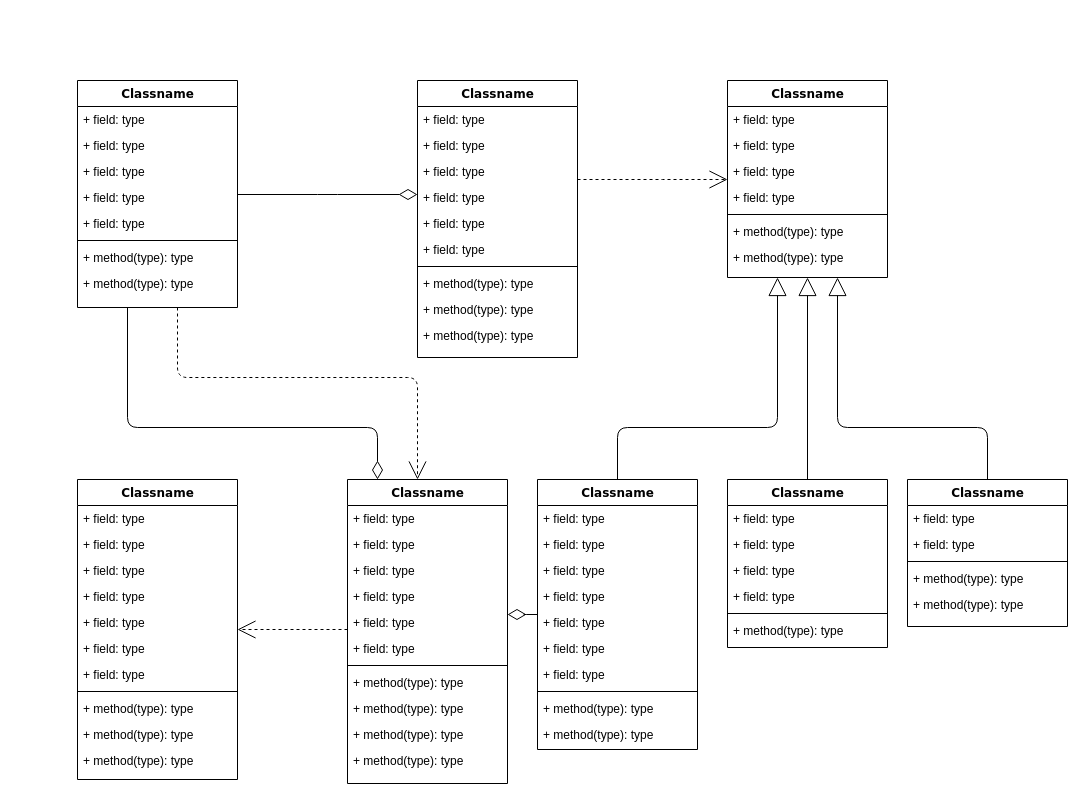
Before: 未命名绘图.drawio in yunhaicaomei/drawio, a draw.io diagram. Source tidied: cells renumbered, new cells numbered last; positions are measured from the earlier drawing's top-left corner, leaving out a move shared by most shapes. Both pictures are drawn from the tidied source at 100%, with x=0, y=0 at pixel (77, 80).
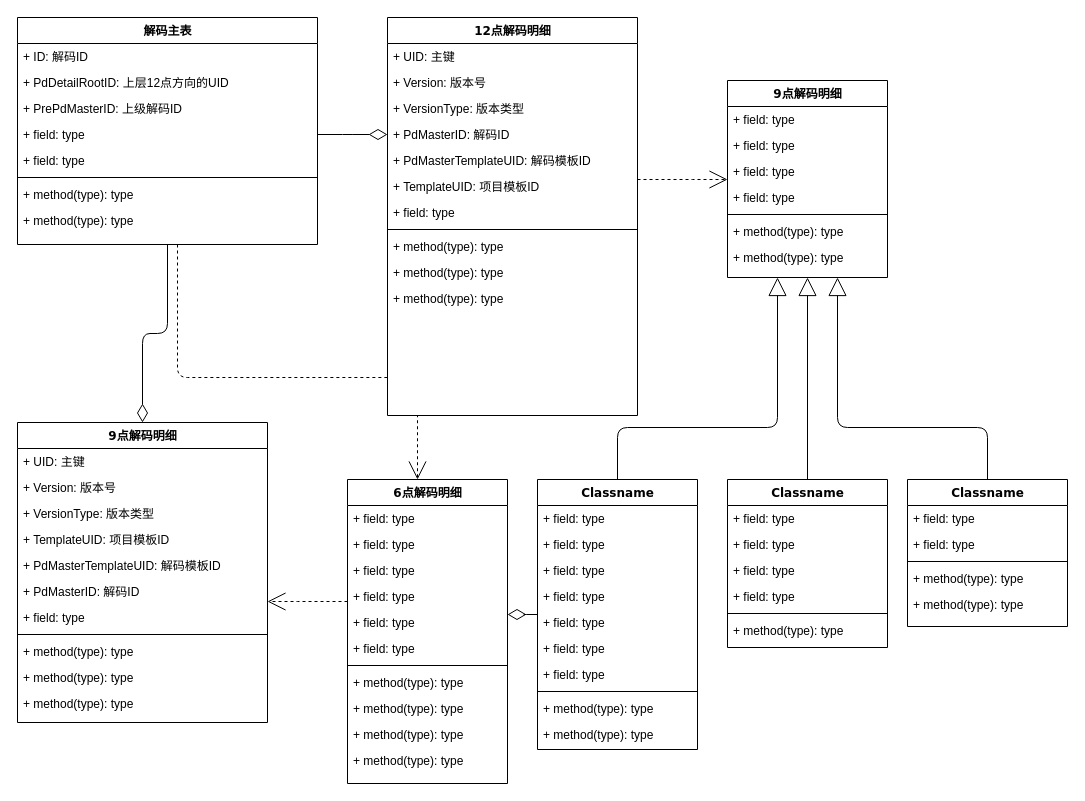
After the change.

Change to the diagram source:
```diff
@@
-    <mxCell id="3" style="edgeStyle=orthogonalEdgeStyle;html=1;labelBackgroundColor=none;startFill=0;startSize=8;endArrow=diamondThin;endFill=0;endSize=16;fontFamily=Verdana;fontSize=12;" parent="1" edge="1" source="4" target="47">
-      <mxGeometry relative="1" as="geometry">
-        <Array as="points">
-          <mxPoint x="50" y="347" />
-          <mxPoint x="300" y="347" />
-        </Array>
-      </mxGeometry>
+    <mxCell id="3" style="edgeStyle=orthogonalEdgeStyle;html=1;labelBackgroundColor=none;startFill=0;startSize=8;endArrow=diamondThin;endFill=0;endSize=16;fontFamily=Verdana;fontSize=12;entryX=0.5;entryY=0;entryDx=0;entryDy=0;" parent="1" edge="1" source="4" target="34">
+      <mxGeometry relative="1" as="geometry" />
     </mxCell>
-    <mxCell id="4" value="Classname" style="swimlane;html=1;fontStyle=1;align=center;verticalAlign=top;horizontal=1;startSize=26;swimlaneFillColor=#ffffff;rounded=0;shadow=0;comic=0;labelBackgroundColor=none;strokeWidth=1;fillColor=none;fontFamily=Verdana;fontSize=12;" parent="1" vertex="1">
-      <mxGeometry width="160" height="227" as="geometry" />
+    <mxCell id="4" value="解码主表" style="swimlane;html=1;fontStyle=1;align=center;verticalAlign=top;horizontal=1;startSize=26;swimlaneFillColor=#ffffff;rounded=0;shadow=0;comic=0;labelBackgroundColor=none;strokeWidth=1;fillColor=none;fontFamily=Verdana;fontSize=12;" parent="1" vertex="1">
+      <mxGeometry x="-60" y="-63" width="300" height="227" as="geometry" />
     </mxCell>
-    <mxCell id="5" value="+ field: type" style="text;html=1;strokeColor=none;fillColor=none;align=left;verticalAlign=top;spacingLeft=4;spacingRight=4;whiteSpace=wrap;overflow=hidden;" parent="4" vertex="1">
-      <mxGeometry y="26" width="160" height="26" as="geometry" />
+    <mxCell id="5" value="+ ID: 解码ID" style="text;html=1;strokeColor=none;fillColor=none;align=left;verticalAlign=top;spacingLeft=4;spacingRight=4;whiteSpace=wrap;overflow=hidden;" parent="4" vertex="1">
+      <mxGeometry y="26" width="300" height="26" as="geometry" />
     </mxCell>
-    <mxCell id="6" value="+ field: type" style="text;html=1;strokeColor=none;fillColor=none;align=left;verticalAlign=top;spacingLeft=4;spacingRight=4;whiteSpace=wrap;overflow=hidden;" parent="4" vertex="1">
-      <mxGeometry y="52" width="160" height="26" as="geometry" />
+    <mxCell id="6" value="+ PdDetailRootID: 上层12点方向的UID" style="text;html=1;strokeColor=none;fillColor=none;align=left;verticalAlign=top;spacingLeft=4;spacingRight=4;whiteSpace=wrap;overflow=hidden;" parent="4" vertex="1">
+      <mxGeometry y="52" width="300" height="26" as="geometry" />
     </mxCell>
-    <mxCell id="7" value="+ field: type" style="text;html=1;strokeColor=none;fillColor=none;align=left;verticalAlign=top;spacingLeft=4;spacingRight=4;whiteSpace=wrap;overflow=hidden;" parent="4" vertex="1">
-      <mxGeometry y="78" width="160" height="26" as="geometry" />
+    <mxCell id="7" value="+ PrePdMasterID: 上级解码ID" style="text;html=1;strokeColor=none;fillColor=none;align=left;verticalAlign=top;spacingLeft=4;spacingRight=4;whiteSpace=wrap;overflow=hidden;" parent="4" vertex="1">
+      <mxGeometry y="78" width="300" height="26" as="geometry" />
     </mxCell>
     <mxCell id="8" value="+ field: type" style="text;html=1;strokeColor=none;fillColor=none;align=left;verticalAlign=top;spacingLeft=4;spacingRight=4;whiteSpace=wrap;overflow=hidden;points=[[0,0.5],[1,0.5]];portConstraint=eastwest;" parent="4" vertex="1">
-      <mxGeometry y="104" width="160" height="26" as="geometry" />
+      <mxGeometry y="104" width="300" height="26" as="geometry" />
     </mxCell>
     <mxCell id="9" value="+ field: type" style="text;html=1;strokeColor=none;fillColor=none;align=left;verticalAlign=top;spacingLeft=4;spacingRight=4;whiteSpace=wrap;overflow=hidden;" parent="4" vertex="1">
-      <mxGeometry y="130" width="160" height="26" as="geometry" />
+      <mxGeometry y="130" width="300" height="26" as="geometry" />
     </mxCell>
     <mxCell id="10" style="line;html=1;strokeWidth=1;fillColor=none;align=left;verticalAlign=middle;spacingTop=-1;spacingLeft=3;spacingRight=3;labelPosition=right;" parent="4" vertex="1">
-      <mxGeometry y="156" width="160" height="8" as="geometry" />
+      <mxGeometry y="156" width="300" height="8" as="geometry" />
     </mxCell>
     <mxCell id="11" value="+ method(type): type" style="text;html=1;strokeColor=none;fillColor=none;align=left;verticalAlign=top;spacingLeft=4;spacingRight=4;whiteSpace=wrap;overflow=hidden;" parent="4" vertex="1">
-      <mxGeometry y="164" width="160" height="26" as="geometry" />
+      <mxGeometry y="164" width="300" height="26" as="geometry" />
     </mxCell>
     <mxCell id="12" value="+ method(type): type" style="text;html=1;strokeColor=none;fillColor=none;align=left;verticalAlign=top;spacingLeft=4;spacingRight=4;whiteSpace=wrap;overflow=hidden;" parent="4" vertex="1">
-      <mxGeometry y="190" width="160" height="26" as="geometry" />
+      <mxGeometry y="190" width="300" height="26" as="geometry" />
     </mxCell>
@@
-    <mxCell id="14" value="Classname" style="swimlane;html=1;fontStyle=1;align=center;verticalAlign=top;horizontal=1;startSize=26;swimlaneFillColor=#ffffff;rounded=0;shadow=0;comic=0;labelBackgroundColor=none;strokeWidth=1;fillColor=none;fontFamily=Verdana;fontSize=12;" parent="1" vertex="1">
-      <mxGeometry x="340" width="160" height="277" as="geometry" />
+    <mxCell id="14" value="12点解码明细" style="swimlane;html=1;fontStyle=1;align=center;verticalAlign=top;horizontal=1;startSize=26;swimlaneFillColor=#ffffff;rounded=0;shadow=0;comic=0;labelBackgroundColor=none;strokeWidth=1;fillColor=none;fontFamily=Verdana;fontSize=12;" parent="1" vertex="1">
+      <mxGeometry x="310" y="-63" width="250" height="398" as="geometry" />
     </mxCell>
-    <mxCell id="15" value="+ field: type" style="text;html=1;strokeColor=none;fillColor=none;align=left;verticalAlign=top;spacingLeft=4;spacingRight=4;whiteSpace=wrap;overflow=hidden;" parent="14" vertex="1">
-      <mxGeometry y="26" width="160" height="26" as="geometry" />
+    <mxCell id="15" value="+ UID: 主键" style="text;html=1;strokeColor=none;fillColor=none;align=left;verticalAlign=top;spacingLeft=4;spacingRight=4;whiteSpace=wrap;overflow=hidden;" parent="14" vertex="1">
+      <mxGeometry y="26" width="250" height="26" as="geometry" />
     </mxCell>
-    <mxCell id="16" value="+ field: type" style="text;html=1;strokeColor=none;fillColor=none;align=left;verticalAlign=top;spacingLeft=4;spacingRight=4;whiteSpace=wrap;overflow=hidden;" parent="14" vertex="1">
-      <mxGeometry y="52" width="160" height="26" as="geometry" />
-    </mxCell>
-    <mxCell id="17" value="+ field: type" style="text;html=1;strokeColor=none;fillColor=none;align=left;verticalAlign=top;spacingLeft=4;spacingRight=4;whiteSpace=wrap;overflow=hidden;" parent="14" vertex="1">
-      <mxGeometry y="78" width="160" height="26" as="geometry" />
-    </mxCell>
-    <mxCell id="18" value="+ field: type" style="text;html=1;strokeColor=none;fillColor=none;align=left;verticalAlign=top;spacingLeft=4;spacingRight=4;whiteSpace=wrap;overflow=hidden;" parent="14" vertex="1">
-      <mxGeometry y="104" width="160" height="26" as="geometry" />
-    </mxCell>
-    <mxCell id="19" value="+ field: type" style="text;html=1;strokeColor=none;fillColor=none;align=left;verticalAlign=top;spacingLeft=4;spacingRight=4;whiteSpace=wrap;overflow=hidden;" parent="14" vertex="1">
-      <mxGeometry y="130" width="160" height="26" as="geometry" />
-    </mxCell>
+    <mxCell id="87" value="+ Version: 版本号" style="text;html=1;strokeColor=none;fillColor=none;align=left;verticalAlign=top;spacingLeft=4;spacingRight=4;whiteSpace=wrap;overflow=hidden;" parent="14" vertex="1">
+      <mxGeometry y="52" width="250" height="26" as="geometry" />
+    </mxCell>
+    <mxCell id="88" value="+ VersionType: 版本类型" style="text;html=1;strokeColor=none;fillColor=none;align=left;verticalAlign=top;spacingLeft=4;spacingRight=4;whiteSpace=wrap;overflow=hidden;" parent="14" vertex="1">
+      <mxGeometry y="78" width="250" height="26" as="geometry" />
+    </mxCell>
+    <mxCell id="89" value="+ PdMasterID: 解码ID" style="text;html=1;strokeColor=none;fillColor=none;align=left;verticalAlign=top;spacingLeft=4;spacingRight=4;whiteSpace=wrap;overflow=hidden;" parent="14" vertex="1">
+      <mxGeometry y="104" width="250" height="26" as="geometry" />
+    </mxCell>
+    <mxCell id="90" value="+ PdMasterTemplateUID: 解码模板ID" style="text;html=1;strokeColor=none;fillColor=none;align=left;verticalAlign=top;spacingLeft=4;spacingRight=4;whiteSpace=wrap;overflow=hidden;" parent="14" vertex="1">
+      <mxGeometry y="130" width="250" height="26" as="geometry" />
+    </mxCell>
+    <mxCell id="91" value="+ TemplateUID: 项目模板ID" style="text;html=1;strokeColor=none;fillColor=none;align=left;verticalAlign=top;spacingLeft=4;spacingRight=4;whiteSpace=wrap;overflow=hidden;" parent="14" vertex="1">
+      <mxGeometry y="156" width="250" height="26" as="geometry" />
+    </mxCell>
     <mxCell id="20" value="+ field: type" style="text;html=1;strokeColor=none;fillColor=none;align=left;verticalAlign=top;spacingLeft=4;spacingRight=4;whiteSpace=wrap;overflow=hidden;" parent="14" vertex="1">
-      <mxGeometry y="156" width="160" height="26" as="geometry" />
+      <mxGeometry y="182" width="250" height="26" as="geometry" />
     </mxCell>
     <mxCell id="21" style="line;html=1;strokeWidth=1;fillColor=none;align=left;verticalAlign=middle;spacingTop=-1;spacingLeft=3;spacingRight=3;labelPosition=right;" parent="14" vertex="1">
-      <mxGeometry y="182" width="160" height="8" as="geometry" />
+      <mxGeometry y="208" width="250" height="8" as="geometry" />
     </mxCell>
     <mxCell id="22" value="+ method(type): type" style="text;html=1;strokeColor=none;fillColor=none;align=left;verticalAlign=top;spacingLeft=4;spacingRight=4;whiteSpace=wrap;overflow=hidden;" parent="14" vertex="1">
-      <mxGeometry y="190" width="160" height="26" as="geometry" />
+      <mxGeometry y="216" width="250" height="26" as="geometry" />
     </mxCell>
     <mxCell id="23" value="+ method(type): type" style="text;html=1;strokeColor=none;fillColor=none;align=left;verticalAlign=top;spacingLeft=4;spacingRight=4;whiteSpace=wrap;overflow=hidden;" parent="14" vertex="1">
-      <mxGeometry y="216" width="160" height="26" as="geometry" />
+      <mxGeometry y="242" width="250" height="26" as="geometry" />
     </mxCell>
     <mxCell id="24" value="+ method(type): type" style="text;html=1;strokeColor=none;fillColor=none;align=left;verticalAlign=top;spacingLeft=4;spacingRight=4;whiteSpace=wrap;overflow=hidden;" parent="14" vertex="1">
-      <mxGeometry y="242" width="160" height="26" as="geometry" />
+      <mxGeometry y="268" width="250" height="26" as="geometry" />
     </mxCell>
-    <mxCell id="25" value="Classname" style="swimlane;html=1;fontStyle=1;align=center;verticalAlign=top;horizontal=1;startSize=26;swimlaneFillColor=#ffffff;rounded=0;shadow=0;comic=0;labelBackgroundColor=none;strokeWidth=1;fillColor=none;fontFamily=Verdana;fontSize=12;" parent="1" vertex="1">
+    <mxCell id="25" value="9点解码明细" style="swimlane;html=1;fontStyle=1;align=center;verticalAlign=top;horizontal=1;startSize=26;swimlaneFillColor=#ffffff;rounded=0;shadow=0;comic=0;labelBackgroundColor=none;strokeWidth=1;fillColor=none;fontFamily=Verdana;fontSize=12;" parent="1" vertex="1">
       <mxGeometry x="650" width="160" height="197" as="geometry" />
     </mxCell>
@@
-    <mxCell id="34" value="Classname" style="swimlane;html=1;fontStyle=1;align=center;verticalAlign=top;horizontal=1;startSize=26;swimlaneFillColor=#ffffff;rounded=0;shadow=0;comic=0;labelBackgroundColor=none;strokeWidth=1;fillColor=none;fontFamily=Verdana;fontSize=12;" parent="1" vertex="1">
-      <mxGeometry y="399" width="160" height="300" as="geometry" />
+    <mxCell id="34" value="9点解码明细" style="swimlane;html=1;fontStyle=1;align=center;verticalAlign=top;horizontal=1;startSize=26;swimlaneFillColor=#ffffff;rounded=0;shadow=0;comic=0;labelBackgroundColor=none;strokeWidth=1;fillColor=none;fontFamily=Verdana;fontSize=12;" parent="1" vertex="1">
+      <mxGeometry x="-60" y="342" width="250" height="300" as="geometry" />
     </mxCell>
-    <mxCell id="35" value="+ field: type" style="text;html=1;strokeColor=none;fillColor=none;align=left;verticalAlign=top;spacingLeft=4;spacingRight=4;whiteSpace=wrap;overflow=hidden;" parent="34" vertex="1">
-      <mxGeometry y="26" width="160" height="26" as="geometry" />
+    <mxCell id="35" value="+ UID: 主键" style="text;html=1;strokeColor=none;fillColor=none;align=left;verticalAlign=top;spacingLeft=4;spacingRight=4;whiteSpace=wrap;overflow=hidden;" parent="34" vertex="1">
+      <mxGeometry y="26" width="250" height="26" as="geometry" />
     </mxCell>
-    <mxCell id="36" value="+ field: type" style="text;html=1;strokeColor=none;fillColor=none;align=left;verticalAlign=top;spacingLeft=4;spacingRight=4;whiteSpace=wrap;overflow=hidden;" parent="34" vertex="1">
-      <mxGeometry y="52" width="160" height="26" as="geometry" />
+    <mxCell id="36" value="+ Version: 版本号" style="text;html=1;strokeColor=none;fillColor=none;align=left;verticalAlign=top;spacingLeft=4;spacingRight=4;whiteSpace=wrap;overflow=hidden;" parent="34" vertex="1">
+      <mxGeometry y="52" width="250" height="26" as="geometry" />
     </mxCell>
-    <mxCell id="37" value="+ field: type" style="text;html=1;strokeColor=none;fillColor=none;align=left;verticalAlign=top;spacingLeft=4;spacingRight=4;whiteSpace=wrap;overflow=hidden;" parent="34" vertex="1">
-      <mxGeometry y="78" width="160" height="26" as="geometry" />
+    <mxCell id="37" value="+ VersionType: 版本类型" style="text;html=1;strokeColor=none;fillColor=none;align=left;verticalAlign=top;spacingLeft=4;spacingRight=4;whiteSpace=wrap;overflow=hidden;" parent="34" vertex="1">
+      <mxGeometry y="78" width="250" height="26" as="geometry" />
     </mxCell>
-    <mxCell id="38" value="+ field: type" style="text;html=1;strokeColor=none;fillColor=none;align=left;verticalAlign=top;spacingLeft=4;spacingRight=4;whiteSpace=wrap;overflow=hidden;" parent="34" vertex="1">
-      <mxGeometry y="104" width="160" height="26" as="geometry" />
+    <mxCell id="38" value="+ TemplateUID: 项目模板ID" style="text;html=1;strokeColor=none;fillColor=none;align=left;verticalAlign=top;spacingLeft=4;spacingRight=4;whiteSpace=wrap;overflow=hidden;" parent="34" vertex="1">
+      <mxGeometry y="104" width="250" height="26" as="geometry" />
     </mxCell>
-    <mxCell id="39" value="+ field: type" style="text;html=1;strokeColor=none;fillColor=none;align=left;verticalAlign=top;spacingLeft=4;spacingRight=4;whiteSpace=wrap;overflow=hidden;" parent="34" vertex="1">
-      <mxGeometry y="130" width="160" height="26" as="geometry" />
+    <mxCell id="39" value="+ PdMasterTemplateUID: 解码模板ID" style="text;html=1;strokeColor=none;fillColor=none;align=left;verticalAlign=top;spacingLeft=4;spacingRight=4;whiteSpace=wrap;overflow=hidden;" parent="34" vertex="1">
+      <mxGeometry y="130" width="250" height="26" as="geometry" />
     </mxCell>
-    <mxCell id="40" value="+ field: type" style="text;html=1;strokeColor=none;fillColor=none;align=left;verticalAlign=top;spacingLeft=4;spacingRight=4;whiteSpace=wrap;overflow=hidden;" parent="34" vertex="1">
-      <mxGeometry y="156" width="160" height="26" as="geometry" />
+    <mxCell id="40" value="+ PdMasterID: 解码ID" style="text;html=1;strokeColor=none;fillColor=none;align=left;verticalAlign=top;spacingLeft=4;spacingRight=4;whiteSpace=wrap;overflow=hidden;" parent="34" vertex="1">
+      <mxGeometry y="156" width="250" height="26" as="geometry" />
     </mxCell>
     <mxCell id="41" value="+ field: type" style="text;html=1;strokeColor=none;fillColor=none;align=left;verticalAlign=top;spacingLeft=4;spacingRight=4;whiteSpace=wrap;overflow=hidden;" parent="34" vertex="1">
-      <mxGeometry y="182" width="160" height="26" as="geometry" />
+      <mxGeometry y="182" width="250" height="26" as="geometry" />
     </mxCell>
     <mxCell id="42" style="line;html=1;strokeWidth=1;fillColor=none;align=left;verticalAlign=middle;spacingTop=-1;spacingLeft=3;spacingRight=3;labelPosition=right;" parent="34" vertex="1">
-      <mxGeometry y="208" width="160" height="8" as="geometry" />
+      <mxGeometry y="208" width="250" height="8" as="geometry" />
     </mxCell>
     <mxCell id="43" value="+ method(type): type" style="text;html=1;strokeColor=none;fillColor=none;align=left;verticalAlign=top;spacingLeft=4;spacingRight=4;whiteSpace=wrap;overflow=hidden;" parent="34" vertex="1">
-      <mxGeometry y="216" width="160" height="26" as="geometry" />
+      <mxGeometry y="216" width="250" height="26" as="geometry" />
     </mxCell>
     <mxCell id="44" value="+ method(type): type" style="text;html=1;strokeColor=none;fillColor=none;align=left;verticalAlign=top;spacingLeft=4;spacingRight=4;whiteSpace=wrap;overflow=hidden;" parent="34" vertex="1">
-      <mxGeometry y="242" width="160" height="26" as="geometry" />
+      <mxGeometry y="242" width="250" height="26" as="geometry" />
     </mxCell>
     <mxCell id="45" value="+ method(type): type" style="text;html=1;strokeColor=none;fillColor=none;align=left;verticalAlign=top;spacingLeft=4;spacingRight=4;whiteSpace=wrap;overflow=hidden;" parent="34" vertex="1">
-      <mxGeometry y="268" width="160" height="26" as="geometry" />
+      <mxGeometry y="268" width="250" height="26" as="geometry" />
     </mxCell>
@@
-    <mxCell id="47" value="Classname" style="swimlane;html=1;fontStyle=1;align=center;verticalAlign=top;horizontal=1;startSize=26;swimlaneFillColor=#ffffff;rounded=0;shadow=0;comic=0;labelBackgroundColor=none;strokeWidth=1;fillColor=none;fontFamily=Verdana;fontSize=12;" parent="1" vertex="1">
+    <mxCell id="47" value="6点解码明细" style="swimlane;html=1;fontStyle=1;align=center;verticalAlign=top;horizontal=1;startSize=26;swimlaneFillColor=#ffffff;rounded=0;shadow=0;comic=0;labelBackgroundColor=none;strokeWidth=1;fillColor=none;fontFamily=Verdana;fontSize=12;" parent="1" vertex="1">
       <mxGeometry x="270" y="399" width="160" height="304" as="geometry" />
     </mxCell>
@@
-    <mxCell id="86" style="edgeStyle=elbowEdgeStyle;html=1;labelBackgroundColor=none;startFill=0;startSize=8;endArrow=diamondThin;endFill=0;endSize=16;fontFamily=Verdana;fontSize=12;elbow=vertical;" parent="1" edge="1" source="4" target="14">
+    <mxCell id="86" style="edgeStyle=elbowEdgeStyle;html=1;labelBackgroundColor=none;startFill=0;startSize=8;endArrow=diamondThin;endFill=0;endSize=16;fontFamily=Verdana;fontSize=12;elbow=vertical;exitX=1;exitY=0.5;exitDx=0;exitDy=0;" parent="1" edge="1" source="8" target="14">
       <mxGeometry relative="1" as="geometry" />
     </mxCell>
```
